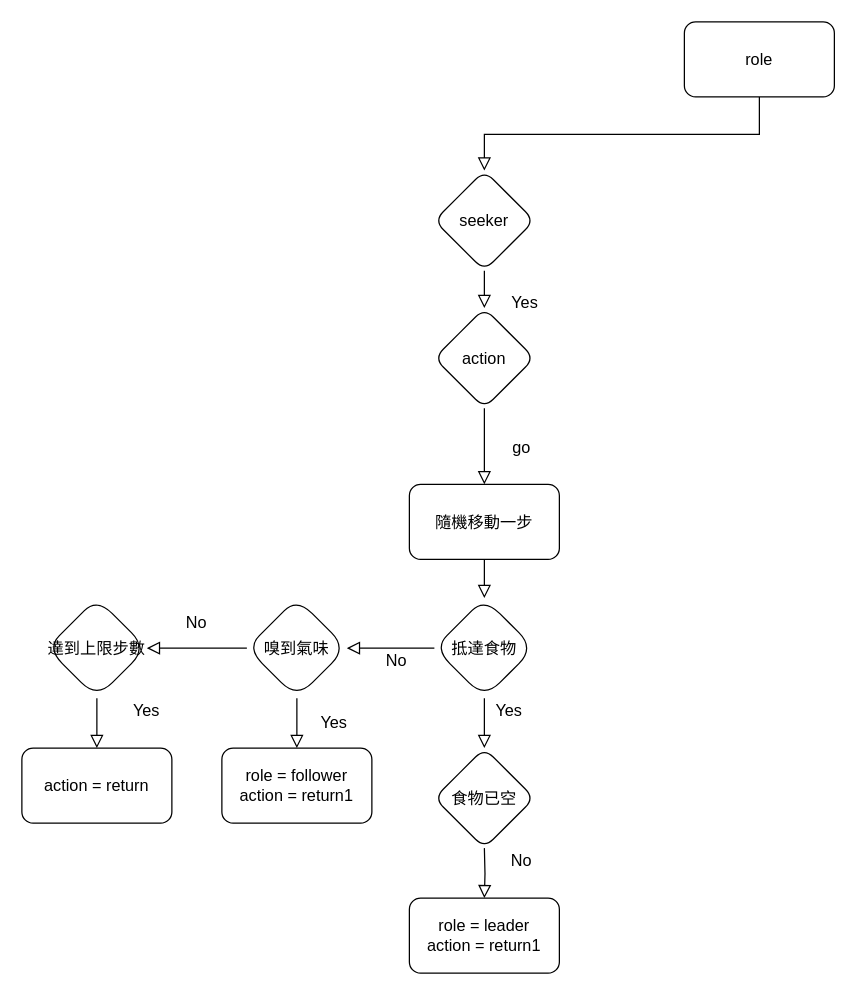
This is page "Page-2" (2 of 2) of Move Rule Diagram.drawio from QiuBingCheng/AntColonySimulation, a draw.io file, before an edit. Source tidied: cells renumbered, new cells numbered last; positions are measured from the earlier drawing's top-left corner, leaving out a move shared by most shapes. Both pictures are drawn from the tidied source at 125%, with x=0, y=0 at pixel (21, 21).
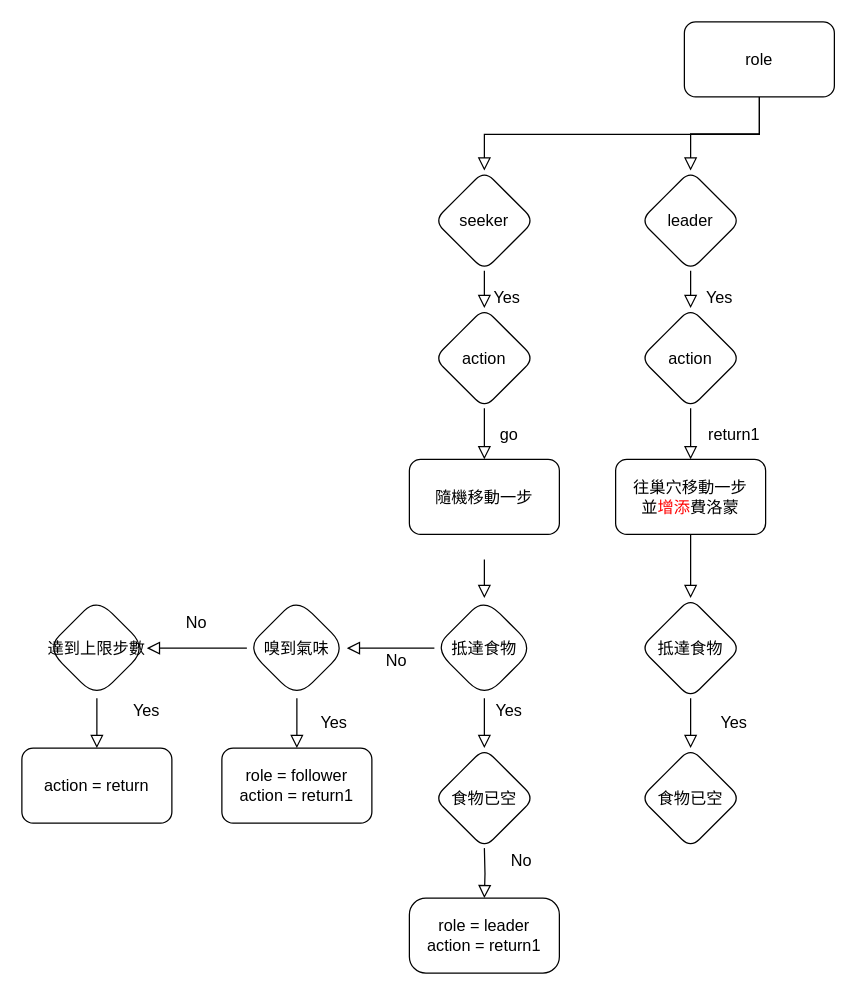
After the change.

Unchanged cells that the change refers to:
```xml
<mxCell id="2" value="role" style="whiteSpace=wrap;html=1;rounded=1;shadow=0;strokeWidth=1;glass=0;fontSize=13;" parent="1" vertex="1">
  <mxGeometry x="530" width="120" height="60" as="geometry" />
</mxCell>
```

The edit, as a diff of the source:
```diff
@@
+    <mxCell id="30" style="edgeStyle=orthogonalEdgeStyle;rounded=0;jettySize=auto;html=1;shadow=0;labelBackgroundColor=none;endArrow=block;endFill=0;endSize=8;strokeWidth=1;fontSize=13;align=left;" parent="1" edge="1" source="2" target="32">
+      <mxGeometry relative="1" as="geometry" />
+    </mxCell>
@@
-    <mxCell id="7" value="Yes" style="edgeStyle=orthogonalEdgeStyle;rounded=0;orthogonalLoop=1;jettySize=auto;html=1;shadow=0;labelBackgroundColor=none;endArrow=block;endFill=0;endSize=8;strokeWidth=1;align=left;fontSize=13;" parent="1" edge="1">
-      <mxGeometry x="0.67" y="20" relative="1" as="geometry">
+    <mxCell id="7" value="Yes" style="edgeStyle=orthogonalEdgeStyle;rounded=0;orthogonalLoop=1;jettySize=auto;html=1;shadow=0;labelBackgroundColor=none;endArrow=block;endFill=0;endSize=8;strokeWidth=1;align=right;fontSize=13;" parent="1" edge="1">
+      <mxGeometry x="0.4" y="30" relative="1" as="geometry">
         <mxPoint x="370" y="199" as="sourcePoint" />
         <mxPoint x="370" y="229" as="targetPoint" />
       </mxGeometry>
     </mxCell>
     <mxCell id="8" value="隨機移動一步" style="whiteSpace=wrap;html=1;rounded=1;shadow=0;strokeWidth=1;glass=0;fontSize=13;" parent="1" vertex="1">
-      <mxGeometry x="310" y="370" width="120" height="60" as="geometry" />
+      <mxGeometry x="310" y="350" width="120" height="60" as="geometry" />
     </mxCell>
     <mxCell id="9" value="go" style="text;html=1;strokeColor=none;fillColor=none;align=center;verticalAlign=middle;whiteSpace=wrap;rounded=0;fontColor=#000000;fontSize=13;" parent="1" vertex="1">
-      <mxGeometry x="380" y="330" width="40" height="20" as="geometry" />
+      <mxGeometry x="370" y="320" width="40" height="20" as="geometry" />
     </mxCell>
@@
-    <mxCell id="14" value="role = leader&lt;br style=&quot;font-size: 13px&quot;&gt;action = return1" style="whiteSpace=wrap;html=1;rounded=1;shadow=0;strokeWidth=1;glass=0;fontSize=13;" parent="1" vertex="1">
+    <mxCell id="14" value="role = leader&lt;br style=&quot;font-size: 13px&quot;&gt;action = return1" style="whiteSpace=wrap;html=1;rounded=1;shadow=0;strokeWidth=1;glass=0;fontSize=13;arcSize=22;" parent="1" vertex="1">
       <mxGeometry x="310" y="701" width="120" height="60" as="geometry" />
     </mxCell>
@@
+    <mxCell id="31" value="Yes" style="edgeStyle=orthogonalEdgeStyle;rounded=0;orthogonalLoop=1;jettySize=auto;html=1;shadow=0;labelBackgroundColor=none;endArrow=block;endFill=0;endSize=8;strokeWidth=1;fontSize=13;align=right;spacingLeft=0;" parent="1" edge="1">
+      <mxGeometry x="0.4" y="35" relative="1" as="geometry">
+        <mxPoint x="535" y="199" as="sourcePoint" />
+        <mxPoint x="535" y="229" as="targetPoint" />
+      </mxGeometry>
+    </mxCell>
+    <mxCell id="32" value="leader" style="rhombus;whiteSpace=wrap;html=1;rounded=1;shadow=0;strokeWidth=1;glass=0;fontSize=13;" parent="1" vertex="1">
+      <mxGeometry x="495" y="119" width="80" height="80" as="geometry" />
+    </mxCell>
+    <mxCell id="33" style="edgeStyle=orthogonalEdgeStyle;rounded=0;jettySize=auto;html=1;shadow=0;labelBackgroundColor=none;endArrow=block;endFill=0;endSize=8;strokeWidth=1;fontSize=13;align=right;" parent="1" edge="1" source="34" target="36">
+      <mxGeometry relative="1" as="geometry" />
+    </mxCell>
+    <mxCell id="34" value="action" style="rhombus;whiteSpace=wrap;html=1;rounded=1;shadow=0;strokeWidth=1;glass=0;fontSize=13;" parent="1" vertex="1">
+      <mxGeometry x="495" y="229" width="80" height="80" as="geometry" />
+    </mxCell>
+    <mxCell id="35" style="edgeStyle=orthogonalEdgeStyle;rounded=0;jettySize=auto;html=1;shadow=0;labelBackgroundColor=none;endArrow=block;endFill=0;endSize=8;strokeWidth=1;fontSize=13;align=right;" parent="1" edge="1" source="36" target="39">
+      <mxGeometry relative="1" as="geometry" />
+    </mxCell>
+    <mxCell id="36" value="往巢穴移動一步&lt;br style=&quot;font-size: 13px;&quot;&gt;並&lt;font color=&quot;#ff0000&quot; style=&quot;font-size: 13px;&quot;&gt;增添&lt;/font&gt;費洛蒙" style="whiteSpace=wrap;html=1;rounded=1;shadow=0;strokeWidth=1;glass=0;fontSize=13;" parent="1" vertex="1">
+      <mxGeometry x="475" y="350" width="120" height="60" as="geometry" />
+    </mxCell>
+    <mxCell id="37" value="return1" style="text;html=1;strokeColor=none;fillColor=none;align=center;verticalAlign=middle;whiteSpace=wrap;rounded=0;fontColor=#000000;fontSize=13;" parent="1" vertex="1">
+      <mxGeometry x="550" y="320" width="40" height="20" as="geometry" />
+    </mxCell>
+    <mxCell id="38" style="edgeStyle=orthogonalEdgeStyle;rounded=0;jettySize=auto;html=1;shadow=0;labelBackgroundColor=none;endArrow=block;endFill=0;endSize=8;strokeWidth=1;fontSize=13;align=right;" parent="1" edge="1" source="39" target="40">
+      <mxGeometry relative="1" as="geometry" />
+    </mxCell>
+    <mxCell id="39" value="&lt;span&gt;抵達食物&lt;/span&gt;" style="rhombus;whiteSpace=wrap;html=1;rounded=1;shadow=0;fontSize=13;strokeWidth=1;glass=0;" parent="1" vertex="1">
+      <mxGeometry x="495" y="461" width="80" height="80" as="geometry" />
+    </mxCell>
+    <mxCell id="40" value="食物已空" style="rhombus;whiteSpace=wrap;html=1;rounded=1;shadow=0;strokeWidth=1;glass=0;fontSize=13;" parent="1" vertex="1">
+      <mxGeometry x="495" y="581" width="80" height="80" as="geometry" />
+    </mxCell>
+    <mxCell id="41" value="Yes" style="text;html=1;strokeColor=none;fillColor=none;align=center;verticalAlign=middle;whiteSpace=wrap;rounded=0;fontColor=#000000;fontSize=13;" parent="1" vertex="1">
+      <mxGeometry x="550" y="550" width="40" height="20" as="geometry" />
+    </mxCell>
```
